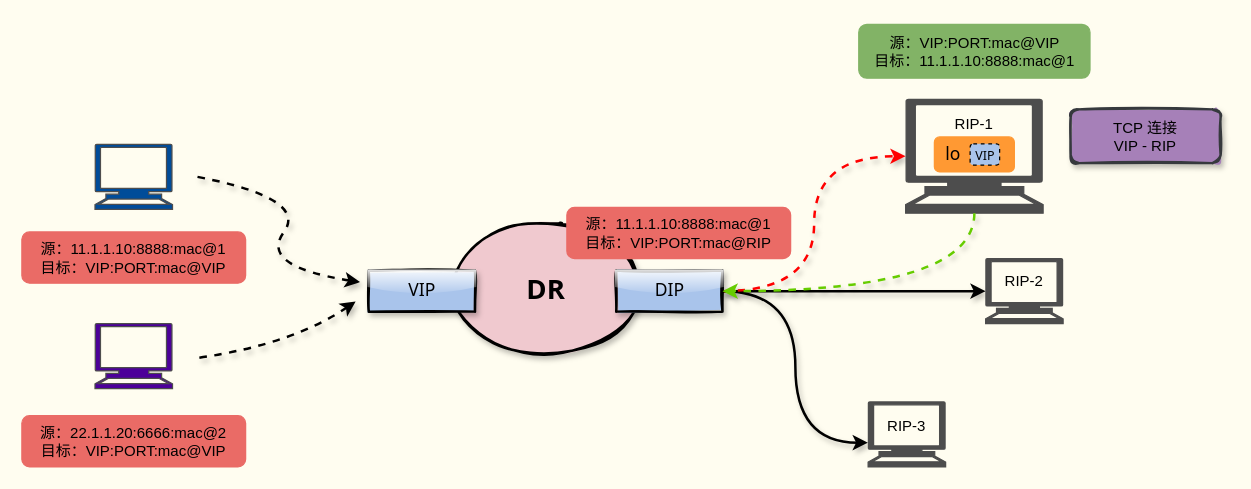
The draw.io diagram pictures/负载均衡/dr.drawio in boxtsecond/draw, before the edit. Source tidied: cells renumbered, new cells numbered last; positions are measured from the earlier drawing's top-left corner, leaving out a move shared by most shapes. Both pictures are drawn from the tidied source at 125%, with x=0, y=0 at pixel (21, 24).
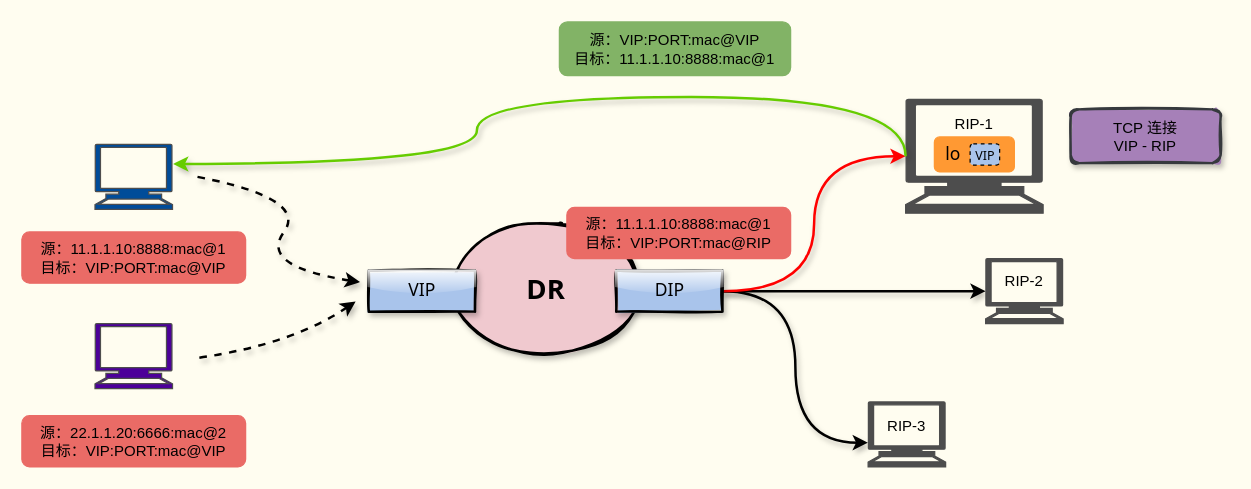
Above is the later version.

Unchanged cells that the change refers to:
```xml
<mxCell id="11" value="DIP" style="rounded=0;whiteSpace=wrap;html=1;shadow=1;glass=1;sketch=1;strokeColor=#000000;strokeWidth=2;fontFamily=Tahoma;fontSize=14;fillStyle=solid;fillColor=#A9C4EB;" parent="1" vertex="1">
  <mxGeometry x="475.5" y="197" width="85" height="32.8" as="geometry" />
</mxCell>
<mxCell id="18" style="shape=mxgraph.signs.tech.computer;html=1;verticalLabelPosition=bottom;verticalAlign=top;align=center;labelBackgroundColor=none;fontColor=#ffffff;strokeColor=#4D4D4D;fillColor=#004C99;" parent="1" vertex="1">
  <mxGeometry x="58.5" y="96" width="62" height="52" as="geometry" />
</mxCell>
<mxCell id="28" style="shape=mxgraph.signs.tech.computer;html=1;verticalLabelPosition=bottom;verticalAlign=top;align=center;labelBackgroundColor=none;fontColor=#ffffff;fillColor=#4D4D4D;strokeColor=#4D4D4D;" parent="24" vertex="1">
  <mxGeometry width="110" height="91" as="geometry" />
</mxCell>
```

Change to the diagram source:
```diff
@@
-    <mxCell id="10" style="edgeStyle=orthogonalEdgeStyle;curved=1;sketch=0;jettySize=auto;html=1;exitX=1;exitY=0.5;exitDx=0;exitDy=0;entryX=0;entryY=0.5;entryDx=0;entryDy=0;entryPerimeter=0;shadow=1;dashed=1;strokeColor=#FF0000;strokeWidth=2;fontColor=#E6E6E6;" parent="1" edge="1" source="11" target="28">
+    <mxCell id="10" style="edgeStyle=orthogonalEdgeStyle;curved=1;sketch=0;jettySize=auto;html=1;exitX=1;exitY=0.5;exitDx=0;exitDy=0;entryX=0;entryY=0.5;entryDx=0;entryDy=0;entryPerimeter=0;shadow=1;strokeColor=#FF0000;strokeWidth=2;fontColor=#E6E6E6;" parent="1" edge="1" source="11" target="28">
       <mxGeometry relative="1" as="geometry" />
     </mxCell>
@@
     <mxCell id="22" value="源：VIP:PORT:mac@VIP&lt;br&gt;目标：&lt;span style=&quot;font-family: &amp;#34;helvetica&amp;#34;&quot;&gt;11.1.1.10:8888:mac@1&lt;/span&gt;" style="rounded=1;whiteSpace=wrap;html=1;strokeColor=#82b366;fillColor=#82B366;" parent="1" vertex="1">
-      <mxGeometry x="669.5" width="185" height="43" as="geometry" />
+      <mxGeometry x="430" y="-2" width="185" height="43" as="geometry" />
     </mxCell>
@@
-    <mxCell id="29" style="edgeStyle=orthogonalEdgeStyle;curved=1;sketch=0;jettySize=auto;html=1;exitX=0.5;exitY=1;exitDx=0;exitDy=0;exitPerimeter=0;entryX=1;entryY=0.5;entryDx=0;entryDy=0;shadow=1;dashed=1;strokeWidth=2;fontColor=#E6E6E6;strokeColor=#66CC00;" parent="1" edge="1" source="28" target="11">
-      <mxGeometry relative="1" as="geometry" />
-    </mxCell>
+    <mxCell id="30" style="edgeStyle=orthogonalEdgeStyle;curved=1;sketch=0;jettySize=auto;html=1;exitX=0;exitY=0.5;exitDx=0;exitDy=0;exitPerimeter=0;entryX=1.008;entryY=0.301;entryDx=0;entryDy=0;entryPerimeter=0;shadow=1;strokeWidth=2;fontColor=#E6E6E6;strokeColor=#66CC00;" parent="1" edge="1" source="28" target="18">
+      <mxGeometry relative="1" as="geometry">
+        <Array as="points">
+          <mxPoint x="707" y="58" />
+          <mxPoint x="364" y="58" />
+          <mxPoint x="364" y="112" />
+        </Array>
+      </mxGeometry>
+    </mxCell>
```
